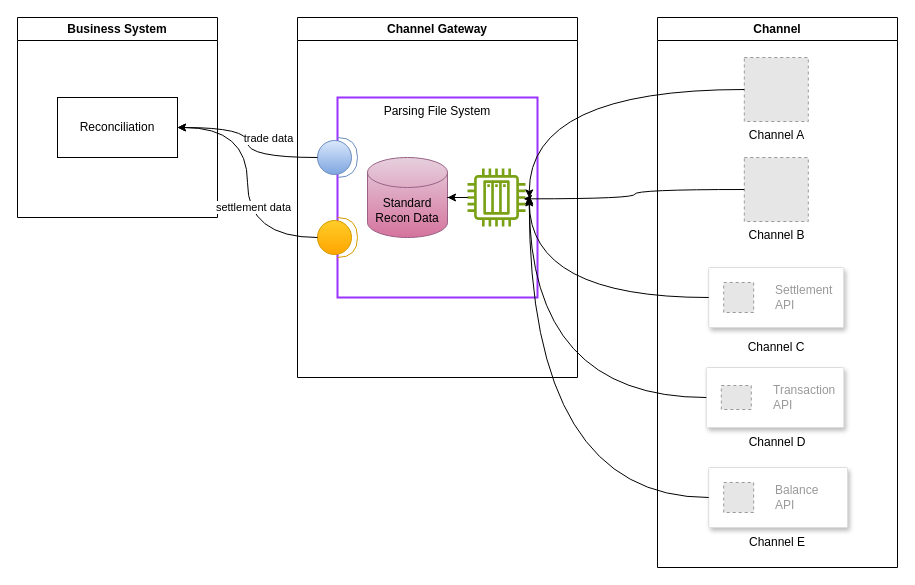
Earlier version of the draw.io diagram Reconciliation Solution In Channel.drawio (catface996/images). Source tidied: cells renumbered, new cells numbered last; positions are measured from the earlier drawing's top-left corner, leaving out a move shared by most shapes. Both pictures are drawn from the tidied source at 100%, with x=0, y=0 at pixel (17, 17). Pictures stored in the file or linked from it are replaced by grey dashed boxes.
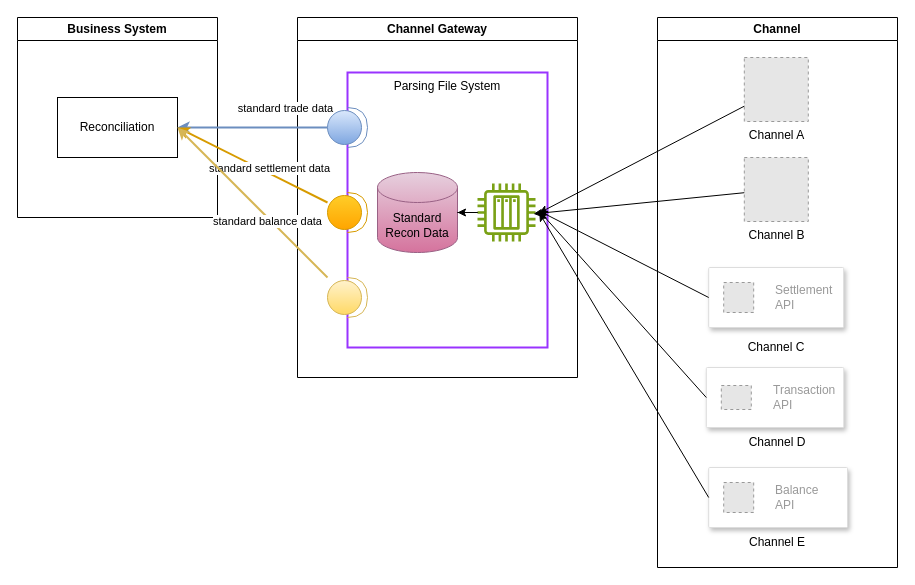
Above is the later version.

Unchanged cells that the change refers to:
```xml
<mxCell id="3" value="Channel A" style="fillColor=#E6E6E6;strokeColor=#999999;dashed=1;html=1;verticalAlign=top;verticalLabelPosition=bottom;labelBackgroundColor=#ffffff;" parent="2" vertex="1">
  <mxGeometry x="86.8" y="40" width="64" height="64" as="geometry" />
</mxCell>
<mxCell id="4" value="Channel B" style="fillColor=#E6E6E6;strokeColor=#999999;dashed=1;html=1;verticalAlign=top;verticalLabelPosition=bottom;labelBackgroundColor=#ffffff;" parent="2" vertex="1">
  <mxGeometry x="86.8" y="140" width="64" height="64" as="geometry" />
</mxCell>
<mxCell id="5" style="strokeColor=#dddddd;shadow=1;strokeWidth=1;rounded=1;absoluteArcSize=1;arcSize=2;" parent="2" vertex="1">
  <mxGeometry x="51.2" y="250" width="135" height="60" as="geometry" />
</mxCell>
<mxCell id="7" style="strokeColor=#dddddd;shadow=1;strokeWidth=1;rounded=1;absoluteArcSize=1;arcSize=2;" parent="2" vertex="1">
  <mxGeometry x="48.8" y="350" width="137.5" height="60" as="geometry" />
</mxCell>
<mxCell id="10" style="strokeColor=#dddddd;shadow=1;strokeWidth=1;rounded=1;absoluteArcSize=1;arcSize=2;" parent="2" vertex="1">
  <mxGeometry x="51.2" y="450" width="138.8" height="60" as="geometry" />
</mxCell>
<mxCell id="14" value="Channel Gateway" style="swimlane;whiteSpace=wrap;html=1;" parent="1" vertex="1">
  <mxGeometry x="280" width="280" height="360" as="geometry" />
</mxCell>
<mxCell id="22" value="Reconciliation" style="rounded=0;whiteSpace=wrap;html=1;" parent="21" vertex="1">
  <mxGeometry x="40" y="80" width="120" height="60" as="geometry" />
</mxCell>
```

The edit, as a diff of the source:
```diff
@@
     <mxCell id="15" value="Parsing File System" style="rounded=0;whiteSpace=wrap;html=1;verticalAlign=top;strokeColor=#9933FF;strokeWidth=2;" parent="14" vertex="1">
-      <mxGeometry x="40" y="80" width="200" height="200" as="geometry" />
+      <mxGeometry x="50" y="55" width="200" height="275" as="geometry" />
     </mxCell>
     <mxCell id="16" style="shape=providedRequiredInterface;html=1;verticalLabelPosition=bottom;sketch=0;fillColor=#dae8fc;gradientColor=#7ea6e0;strokeColor=#6c8ebf;" parent="14" vertex="1">
-      <mxGeometry x="20" y="120" width="40" height="40" as="geometry" />
+      <mxGeometry x="30" y="90" width="40" height="40" as="geometry" />
     </mxCell>
     <mxCell id="17" style="shape=providedRequiredInterface;html=1;verticalLabelPosition=bottom;sketch=0;fillColor=#ffcd28;gradientColor=#ffa500;strokeColor=#d79b00;" parent="14" vertex="1">
-      <mxGeometry x="20" y="200" width="40" height="40" as="geometry" />
+      <mxGeometry x="30" y="175" width="40" height="40" as="geometry" />
     </mxCell>
     <mxCell id="18" value="Standard Recon Data" style="shape=cylinder3;whiteSpace=wrap;html=1;boundedLbl=1;backgroundOutline=1;size=15;fillColor=#e6d0de;gradientColor=#d5739d;strokeColor=#996185;" parent="14" vertex="1">
-      <mxGeometry x="70" y="140" width="80" height="80" as="geometry" />
+      <mxGeometry x="80" y="155" width="80" height="80" as="geometry" />
     </mxCell>
     <mxCell id="19" style="sketch=0;outlineConnect=0;fontColor=#232F3E;gradientColor=none;fillColor=#7AA116;strokeColor=none;dashed=0;verticalLabelPosition=bottom;verticalAlign=top;align=center;html=1;fontSize=12;fontStyle=0;shape=mxgraph.aws4.iot_thing_plc;" parent="14" vertex="1">
-      <mxGeometry x="170" y="151" width="58" height="58" as="geometry" />
+      <mxGeometry x="180" y="166" width="58" height="58" as="geometry" />
     </mxCell>
@@
+    <mxCell id="32" style="shape=providedRequiredInterface;html=1;verticalLabelPosition=bottom;sketch=0;fillColor=#fff2cc;gradientColor=#ffd966;strokeColor=#d6b656;" parent="14" vertex="1">
+      <mxGeometry x="30" y="260" width="40" height="40" as="geometry" />
+    </mxCell>
@@
-    <mxCell id="23" style="edgeStyle=orthogonalEdgeStyle;rounded=0;jettySize=auto;html=1;entryX=0.966;entryY=0.523;entryDx=0;entryDy=0;entryPerimeter=0;curved=1;" parent="1" edge="1" source="4" target="19">
+    <mxCell id="23" style="rounded=0;jettySize=auto;html=1;entryX=0.966;entryY=0.523;entryDx=0;entryDy=0;entryPerimeter=0;" parent="1" edge="1" source="4" target="19">
       <mxGeometry relative="1" as="geometry" />
     </mxCell>
-    <mxCell id="24" style="edgeStyle=orthogonalEdgeStyle;rounded=0;jettySize=auto;html=1;entryX=1.065;entryY=0.474;entryDx=0;entryDy=0;entryPerimeter=0;curved=1;" parent="1" edge="1" source="5" target="19">
+    <mxCell id="24" style="rounded=0;jettySize=auto;html=1;entryX=1.065;entryY=0.474;entryDx=0;entryDy=0;entryPerimeter=0;exitX=0;exitY=0.5;exitDx=0;exitDy=0;" parent="1" edge="1" source="5" target="19">
       <mxGeometry relative="1" as="geometry" />
     </mxCell>
-    <mxCell id="25" style="edgeStyle=orthogonalEdgeStyle;rounded=0;jettySize=auto;html=1;entryX=1.065;entryY=0.507;entryDx=0;entryDy=0;entryPerimeter=0;curved=1;" parent="1" edge="1" source="3" target="19">
+    <mxCell id="25" style="rounded=0;jettySize=auto;html=1;entryX=1.065;entryY=0.507;entryDx=0;entryDy=0;entryPerimeter=0;" parent="1" edge="1" source="3" target="19">
       <mxGeometry relative="1" as="geometry" />
     </mxCell>
-    <mxCell id="26" style="edgeStyle=orthogonalEdgeStyle;rounded=0;jettySize=auto;html=1;entryX=1.065;entryY=0.474;entryDx=0;entryDy=0;entryPerimeter=0;curved=1;" parent="1" edge="1" source="7" target="19">
+    <mxCell id="26" style="rounded=0;jettySize=auto;html=1;entryX=1.065;entryY=0.474;entryDx=0;entryDy=0;entryPerimeter=0;exitX=0;exitY=0.5;exitDx=0;exitDy=0;" parent="1" edge="1" source="7" target="19">
       <mxGeometry relative="1" as="geometry" />
     </mxCell>
-    <mxCell id="27" style="edgeStyle=orthogonalEdgeStyle;rounded=0;jettySize=auto;html=1;entryX=1;entryY=0.5;entryDx=0;entryDy=0;curved=1;" parent="1" edge="1" source="16" target="22">
+    <mxCell id="27" style="rounded=0;jettySize=auto;html=1;entryX=1;entryY=0.5;entryDx=0;entryDy=0;fillColor=#dae8fc;gradientColor=#7ea6e0;strokeColor=#6c8ebf;strokeWidth=2;" parent="1" edge="1" source="16" target="22">
       <mxGeometry relative="1" as="geometry" />
     </mxCell>
-    <mxCell id="28" value="trade data" style="edgeLabel;html=1;align=center;verticalAlign=middle;" parent="27" vertex="1">
+    <mxCell id="28" value="standard trade data" style="edgeLabel;html=1;align=center;verticalAlign=middle;" parent="27" vertex="1">
       <mxGeometry x="-0.32" y="-8" relative="1" as="geometry">
         <mxPoint x="8" y="-12" as="offset" />
       </mxGeometry>
     </mxCell>
-    <mxCell id="29" style="edgeStyle=orthogonalEdgeStyle;rounded=0;jettySize=auto;html=1;entryX=1;entryY=0.5;entryDx=0;entryDy=0;curved=1;" parent="1" edge="1" source="17" target="22">
+    <mxCell id="29" style="rounded=0;jettySize=auto;html=1;entryX=1;entryY=0.5;entryDx=0;entryDy=0;fillColor=#ffcd28;gradientColor=#ffa500;strokeColor=#d79b00;strokeWidth=2;" parent="1" edge="1" source="17" target="22">
       <mxGeometry relative="1" as="geometry" />
     </mxCell>
-    <mxCell id="30" value="settlement data" style="edgeLabel;html=1;align=center;verticalAlign=middle;" parent="29" vertex="1">
+    <mxCell id="30" value="standard settlement data" style="edgeLabel;html=1;align=center;verticalAlign=middle;" parent="29" vertex="1">
       <mxGeometry x="-0.19" y="-5" relative="1" as="geometry" />
     </mxCell>
-    <mxCell id="31" style="edgeStyle=orthogonalEdgeStyle;rounded=0;jettySize=auto;html=1;entryX=1.065;entryY=0.507;entryDx=0;entryDy=0;entryPerimeter=0;curved=1;" parent="1" edge="1" source="10" target="19">
+    <mxCell id="31" style="rounded=0;jettySize=auto;html=1;entryX=1.065;entryY=0.507;entryDx=0;entryDy=0;entryPerimeter=0;exitX=0;exitY=0.5;exitDx=0;exitDy=0;" parent="1" edge="1" source="10" target="19">
       <mxGeometry relative="1" as="geometry" />
     </mxCell>
+    <mxCell id="33" style="rounded=0;jettySize=auto;html=1;entryX=1;entryY=0.5;entryDx=0;entryDy=0;fillColor=#fff2cc;gradientColor=#ffd966;strokeColor=#d6b656;strokeWidth=2;" parent="1" edge="1" source="32" target="22">
+      <mxGeometry relative="1" as="geometry" />
+    </mxCell>
+    <mxCell id="34" value="standard balance data" style="edgeLabel;html=1;align=center;verticalAlign=middle;" parent="33" vertex="1">
+      <mxGeometry x="-0.23" y="2" relative="1" as="geometry">
+        <mxPoint x="-1" as="offset" />
+      </mxGeometry>
+    </mxCell>
```
